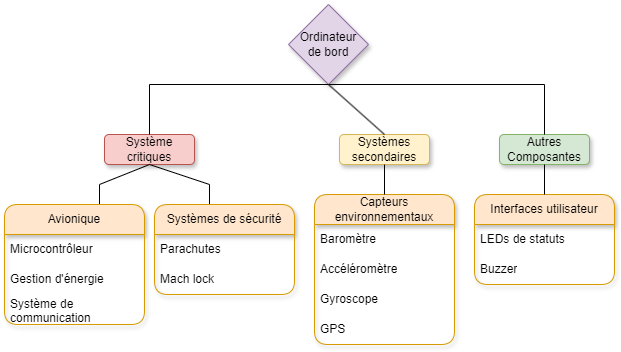
This is Documentation/Explications/Diagramme_Structure.png from GAULAvionique2024-2025/Ordinateur-de-bord, a draw.io export, as it was before one commit. Source tidied: cells renumbered, new cells last; positions are measured from the earlier drawing's top-left corner, leaving out a move shared by most shapes. Its diagram source:
```xml
<mxGraphModel>
  <root>
    <mxCell id="0" />
    <mxCell id="1" parent="0" />
    <mxCell id="2" value="Ordinateur&lt;div&gt;de bord&lt;/div&gt;" style="rhombus;whiteSpace=wrap;html=1;fillColor=#e1d5e7;strokeColor=#9673a6;rounded=0;shadow=1;" parent="1" vertex="1">
      <mxGeometry x="284" width="80" height="80" as="geometry" />
    </mxCell>
    <mxCell id="3" value="Systèmes secondaires" style="rounded=1;whiteSpace=wrap;html=1;shadow=1;fillColor=#fff2cc;strokeColor=#d6b656;" parent="1" vertex="1">
      <mxGeometry x="335" y="130" width="90" height="30" as="geometry" />
    </mxCell>
    <mxCell id="4" value="Autres&lt;div&gt;Composantes&lt;/div&gt;" style="rounded=1;whiteSpace=wrap;html=1;shadow=1;fillColor=#d5e8d4;strokeColor=#82b366;" parent="1" vertex="1">
      <mxGeometry x="495" y="130" width="90" height="30" as="geometry" />
    </mxCell>
    <mxCell id="5" value="Système&lt;div&gt;critiques&lt;/div&gt;" style="rounded=1;whiteSpace=wrap;html=1;shadow=1;fillColor=#f8cecc;strokeColor=#b85450;" parent="1" vertex="1">
      <mxGeometry x="100" y="130" width="90" height="30" as="geometry" />
    </mxCell>
    <mxCell id="6" style="endArrow=none;html=1;rounded=0;exitX=0.5;exitY=0;exitDx=0;exitDy=0;entryX=0.5;entryY=1;entryDx=0;entryDy=0;shadow=0;flowAnimation=0;" parent="1" edge="1" source="5" target="2">
      <mxGeometry relative="1" as="geometry">
        <Array as="points">
          <mxPoint x="145" y="80" />
        </Array>
      </mxGeometry>
    </mxCell>
    <mxCell id="7" style="endArrow=none;html=1;rounded=0;exitX=0.5;exitY=0;exitDx=0;exitDy=0;entryX=0.5;entryY=1;entryDx=0;entryDy=0;" parent="1" edge="1" source="4" target="2">
      <mxGeometry relative="1" as="geometry">
        <Array as="points">
          <mxPoint x="540" y="80" />
        </Array>
      </mxGeometry>
    </mxCell>
    <mxCell id="8" style="endArrow=none;html=1;rounded=0;exitX=0.5;exitY=0;exitDx=0;exitDy=0;entryX=0.5;entryY=1;entryDx=0;entryDy=0;" parent="1" edge="1" source="3" target="2">
      <mxGeometry relative="1" as="geometry" />
    </mxCell>
    <mxCell id="9" style="endArrow=none;html=1;rounded=0;entryX=0.5;entryY=1;entryDx=0;entryDy=0;exitX=0.5;exitY=0;exitDx=0;exitDy=0;" parent="1" edge="1" target="5">
      <mxGeometry relative="1" as="geometry">
        <mxPoint x="95" y="200" as="sourcePoint" />
        <Array as="points">
          <mxPoint x="95" y="180" />
        </Array>
      </mxGeometry>
    </mxCell>
    <mxCell id="10" style="endArrow=none;html=1;rounded=0;exitX=0.5;exitY=1;exitDx=0;exitDy=0;entryX=0.5;entryY=0;entryDx=0;entryDy=0;" parent="1" edge="1" source="5">
      <mxGeometry relative="1" as="geometry">
        <mxPoint x="205" y="200" as="targetPoint" />
        <Array as="points">
          <mxPoint x="205" y="180" />
        </Array>
      </mxGeometry>
    </mxCell>
    <mxCell id="11" value="Avionique" style="swimlane;fontStyle=0;horizontal=1;startSize=30;whiteSpace=wrap;html=1;rounded=1;shadow=1;fillColor=#ffe6cc;strokeColor=#d79b00;" parent="1" vertex="1">
      <mxGeometry y="200" width="140" height="120" as="geometry" />
    </mxCell>
    <mxCell id="12" value="Microcontrôleur" style="text;strokeColor=none;fillColor=none;align=left;verticalAlign=middle;spacingLeft=4;spacingRight=4;overflow=hidden;whiteSpace=wrap;html=1;" parent="11" vertex="1">
      <mxGeometry y="30" width="140" height="30" as="geometry" />
    </mxCell>
    <mxCell id="13" value="Gestion d'énergie" style="text;strokeColor=none;fillColor=none;align=left;verticalAlign=middle;spacingLeft=4;spacingRight=4;overflow=hidden;whiteSpace=wrap;html=1;" parent="11" vertex="1">
      <mxGeometry y="60" width="140" height="30" as="geometry" />
    </mxCell>
    <mxCell id="14" value="Système de communication" style="text;strokeColor=none;fillColor=none;align=left;verticalAlign=middle;spacingLeft=4;spacingRight=4;overflow=hidden;whiteSpace=wrap;html=1;" parent="11" vertex="1">
      <mxGeometry y="90" width="140" height="30" as="geometry" />
    </mxCell>
    <mxCell id="15" value="Systèmes de sécurité" style="swimlane;fontStyle=0;horizontal=1;startSize=30;whiteSpace=wrap;html=1;rounded=1;shadow=1;fillColor=#ffe6cc;strokeColor=#d79b00;" parent="1" vertex="1">
      <mxGeometry x="150" y="200" width="140" height="90" as="geometry" />
    </mxCell>
    <mxCell id="16" value="Parachutes" style="text;strokeColor=none;fillColor=none;align=left;verticalAlign=middle;spacingLeft=4;spacingRight=4;overflow=hidden;whiteSpace=wrap;html=1;" parent="15" vertex="1">
      <mxGeometry y="30" width="140" height="30" as="geometry" />
    </mxCell>
    <mxCell id="17" value="Mach lock" style="text;strokeColor=none;fillColor=none;align=left;verticalAlign=middle;spacingLeft=4;spacingRight=4;overflow=hidden;whiteSpace=wrap;html=1;" parent="15" vertex="1">
      <mxGeometry y="60" width="140" height="30" as="geometry" />
    </mxCell>
    <mxCell id="18" value="Capteurs environnementaux" style="swimlane;fontStyle=0;horizontal=1;startSize=30;whiteSpace=wrap;html=1;rounded=1;shadow=1;fillColor=#ffe6cc;strokeColor=#d79b00;" parent="1" vertex="1">
      <mxGeometry x="310" y="190" width="140" height="150" as="geometry" />
    </mxCell>
    <mxCell id="19" value="Baromètre" style="text;strokeColor=none;fillColor=none;align=left;verticalAlign=middle;spacingLeft=4;spacingRight=4;overflow=hidden;whiteSpace=wrap;html=1;shadow=1;" parent="18" vertex="1">
      <mxGeometry y="30" width="140" height="30" as="geometry" />
    </mxCell>
    <mxCell id="20" value="Accéléromètre" style="text;strokeColor=none;fillColor=none;align=left;verticalAlign=middle;spacingLeft=4;spacingRight=4;overflow=hidden;whiteSpace=wrap;html=1;" parent="18" vertex="1">
      <mxGeometry y="60" width="140" height="30" as="geometry" />
    </mxCell>
    <mxCell id="21" value="Gyroscope" style="text;strokeColor=none;fillColor=none;align=left;verticalAlign=middle;spacingLeft=4;spacingRight=4;overflow=hidden;whiteSpace=wrap;html=1;" parent="18" vertex="1">
      <mxGeometry y="90" width="140" height="30" as="geometry" />
    </mxCell>
    <mxCell id="22" value="GPS" style="text;strokeColor=none;fillColor=none;align=left;verticalAlign=middle;spacingLeft=4;spacingRight=4;overflow=hidden;whiteSpace=wrap;html=1;" parent="18" vertex="1">
      <mxGeometry y="120" width="140" height="30" as="geometry" />
    </mxCell>
    <mxCell id="23" value="Interfaces utilisateur" style="swimlane;fontStyle=0;horizontal=1;startSize=30;whiteSpace=wrap;html=1;rounded=1;shadow=1;fillColor=#ffe6cc;strokeColor=#d79b00;" parent="1" vertex="1">
      <mxGeometry x="470" y="190" width="140" height="90" as="geometry" />
    </mxCell>
    <mxCell id="24" value="LEDs de statuts" style="text;strokeColor=none;fillColor=none;align=left;verticalAlign=middle;spacingLeft=4;spacingRight=4;overflow=hidden;whiteSpace=wrap;html=1;" parent="23" vertex="1">
      <mxGeometry y="30" width="140" height="30" as="geometry" />
    </mxCell>
    <mxCell id="25" value="Buzzer" style="text;strokeColor=none;fillColor=none;align=left;verticalAlign=middle;spacingLeft=4;spacingRight=4;overflow=hidden;whiteSpace=wrap;html=1;" parent="23" vertex="1">
      <mxGeometry y="60" width="140" height="30" as="geometry" />
    </mxCell>
    <mxCell id="26" style="endArrow=none;html=1;rounded=0;exitX=0.5;exitY=1;exitDx=0;exitDy=0;entryX=0.5;entryY=0;entryDx=0;entryDy=0;" parent="1" edge="1" source="3" target="18">
      <mxGeometry relative="1" as="geometry" />
    </mxCell>
    <mxCell id="27" style="endArrow=none;html=1;rounded=0;exitX=0.5;exitY=0;exitDx=0;exitDy=0;entryX=0.5;entryY=1;entryDx=0;entryDy=0;" parent="1" edge="1" source="23" target="4">
      <mxGeometry relative="1" as="geometry" />
    </mxCell>
  </root>
</mxGraphModel>
```
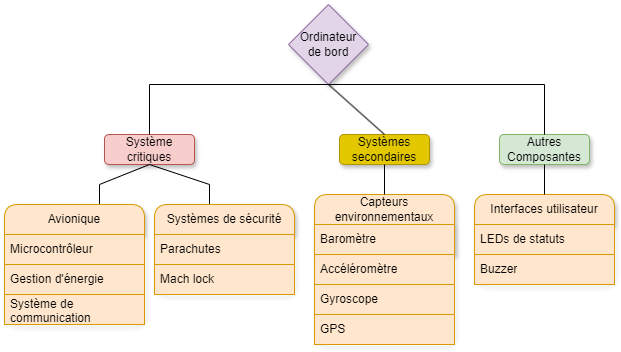
The same diagram one commit later.

Diff of the diagram source:
```diff
@@ -5,7 +5,7 @@
     <mxCell id="2" value="Ordinateur&lt;div&gt;de bord&lt;/div&gt;" style="rhombus;whiteSpace=wrap;html=1;fillColor=#e1d5e7;strokeColor=#9673a6;rounded=0;shadow=1;" parent="1" vertex="1">
       <mxGeometry x="284" width="80" height="80" as="geometry" />
     </mxCell>
-    <mxCell id="3" value="Systèmes secondaires" style="rounded=1;whiteSpace=wrap;html=1;shadow=1;fillColor=#fff2cc;strokeColor=#d6b656;" parent="1" vertex="1">
+    <mxCell id="3" value="Systèmes secondaires" style="rounded=1;whiteSpace=wrap;html=1;shadow=1;fillColor=#e3c800;strokeColor=#B09500;fontColor=#000000;" parent="1" vertex="1">
       <mxGeometry x="335" y="130" width="90" height="30" as="geometry" />
     </mxCell>
     <mxCell id="4" value="Autres&lt;div&gt;Composantes&lt;/div&gt;" style="rounded=1;whiteSpace=wrap;html=1;shadow=1;fillColor=#d5e8d4;strokeColor=#82b366;" parent="1" vertex="1">
@@ -50,46 +50,46 @@
     <mxCell id="11" value="Avionique" style="swimlane;fontStyle=0;horizontal=1;startSize=30;whiteSpace=wrap;html=1;rounded=1;shadow=1;fillColor=#ffe6cc;strokeColor=#d79b00;" parent="1" vertex="1">
       <mxGeometry y="200" width="140" height="120" as="geometry" />
     </mxCell>
-    <mxCell id="12" value="Microcontrôleur" style="text;strokeColor=none;fillColor=none;align=left;verticalAlign=middle;spacingLeft=4;spacingRight=4;overflow=hidden;whiteSpace=wrap;html=1;" parent="11" vertex="1">
+    <mxCell id="12" value="Microcontrôleur" style="text;strokeColor=#d79b00;fillColor=#ffe6cc;align=left;verticalAlign=middle;spacingLeft=4;spacingRight=4;overflow=hidden;whiteSpace=wrap;html=1;" parent="11" vertex="1">
       <mxGeometry y="30" width="140" height="30" as="geometry" />
     </mxCell>
-    <mxCell id="13" value="Gestion d'énergie" style="text;strokeColor=none;fillColor=none;align=left;verticalAlign=middle;spacingLeft=4;spacingRight=4;overflow=hidden;whiteSpace=wrap;html=1;" parent="11" vertex="1">
+    <mxCell id="13" value="Gestion d'énergie" style="text;strokeColor=#d79b00;fillColor=#ffe6cc;align=left;verticalAlign=middle;spacingLeft=4;spacingRight=4;overflow=hidden;whiteSpace=wrap;html=1;" parent="11" vertex="1">
       <mxGeometry y="60" width="140" height="30" as="geometry" />
     </mxCell>
-    <mxCell id="14" value="Système de communication" style="text;strokeColor=none;fillColor=none;align=left;verticalAlign=middle;spacingLeft=4;spacingRight=4;overflow=hidden;whiteSpace=wrap;html=1;" parent="11" vertex="1">
+    <mxCell id="14" value="Système de communication" style="text;strokeColor=#d79b00;fillColor=#ffe6cc;align=left;verticalAlign=middle;spacingLeft=4;spacingRight=4;overflow=hidden;whiteSpace=wrap;html=1;" parent="11" vertex="1">
       <mxGeometry y="90" width="140" height="30" as="geometry" />
     </mxCell>
     <mxCell id="15" value="Systèmes de sécurité" style="swimlane;fontStyle=0;horizontal=1;startSize=30;whiteSpace=wrap;html=1;rounded=1;shadow=1;fillColor=#ffe6cc;strokeColor=#d79b00;" parent="1" vertex="1">
       <mxGeometry x="150" y="200" width="140" height="90" as="geometry" />
     </mxCell>
-    <mxCell id="16" value="Parachutes" style="text;strokeColor=none;fillColor=none;align=left;verticalAlign=middle;spacingLeft=4;spacingRight=4;overflow=hidden;whiteSpace=wrap;html=1;" parent="15" vertex="1">
+    <mxCell id="16" value="Parachutes" style="text;strokeColor=#d79b00;fillColor=#ffe6cc;align=left;verticalAlign=middle;spacingLeft=4;spacingRight=4;overflow=hidden;whiteSpace=wrap;html=1;" parent="15" vertex="1">
       <mxGeometry y="30" width="140" height="30" as="geometry" />
     </mxCell>
-    <mxCell id="17" value="Mach lock" style="text;strokeColor=none;fillColor=none;align=left;verticalAlign=middle;spacingLeft=4;spacingRight=4;overflow=hidden;whiteSpace=wrap;html=1;" parent="15" vertex="1">
+    <mxCell id="17" value="Mach lock" style="text;strokeColor=#d79b00;fillColor=#ffe6cc;align=left;verticalAlign=middle;spacingLeft=4;spacingRight=4;overflow=hidden;whiteSpace=wrap;html=1;" parent="15" vertex="1">
       <mxGeometry y="60" width="140" height="30" as="geometry" />
     </mxCell>
     <mxCell id="18" value="Capteurs environnementaux" style="swimlane;fontStyle=0;horizontal=1;startSize=30;whiteSpace=wrap;html=1;rounded=1;shadow=1;fillColor=#ffe6cc;strokeColor=#d79b00;" parent="1" vertex="1">
       <mxGeometry x="310" y="190" width="140" height="150" as="geometry" />
     </mxCell>
-    <mxCell id="19" value="Baromètre" style="text;strokeColor=none;fillColor=none;align=left;verticalAlign=middle;spacingLeft=4;spacingRight=4;overflow=hidden;whiteSpace=wrap;html=1;shadow=1;" parent="18" vertex="1">
+    <mxCell id="19" value="Baromètre" style="text;strokeColor=#d79b00;fillColor=#ffe6cc;align=left;verticalAlign=middle;spacingLeft=4;spacingRight=4;overflow=hidden;whiteSpace=wrap;html=1;shadow=1;" parent="18" vertex="1">
       <mxGeometry y="30" width="140" height="30" as="geometry" />
     </mxCell>
-    <mxCell id="20" value="Accéléromètre" style="text;strokeColor=none;fillColor=none;align=left;verticalAlign=middle;spacingLeft=4;spacingRight=4;overflow=hidden;whiteSpace=wrap;html=1;" parent="18" vertex="1">
+    <mxCell id="20" value="Accéléromètre" style="text;strokeColor=#d79b00;fillColor=#ffe6cc;align=left;verticalAlign=middle;spacingLeft=4;spacingRight=4;overflow=hidden;whiteSpace=wrap;html=1;" parent="18" vertex="1">
       <mxGeometry y="60" width="140" height="30" as="geometry" />
     </mxCell>
-    <mxCell id="21" value="Gyroscope" style="text;strokeColor=none;fillColor=none;align=left;verticalAlign=middle;spacingLeft=4;spacingRight=4;overflow=hidden;whiteSpace=wrap;html=1;" parent="18" vertex="1">
+    <mxCell id="21" value="Gyroscope" style="text;strokeColor=#d79b00;fillColor=#ffe6cc;align=left;verticalAlign=middle;spacingLeft=4;spacingRight=4;overflow=hidden;whiteSpace=wrap;html=1;" parent="18" vertex="1">
       <mxGeometry y="90" width="140" height="30" as="geometry" />
     </mxCell>
-    <mxCell id="22" value="GPS" style="text;strokeColor=none;fillColor=none;align=left;verticalAlign=middle;spacingLeft=4;spacingRight=4;overflow=hidden;whiteSpace=wrap;html=1;" parent="18" vertex="1">
+    <mxCell id="22" value="GPS" style="text;strokeColor=#d79b00;fillColor=#ffe6cc;align=left;verticalAlign=middle;spacingLeft=4;spacingRight=4;overflow=hidden;whiteSpace=wrap;html=1;" parent="18" vertex="1">
       <mxGeometry y="120" width="140" height="30" as="geometry" />
     </mxCell>
     <mxCell id="23" value="Interfaces utilisateur" style="swimlane;fontStyle=0;horizontal=1;startSize=30;whiteSpace=wrap;html=1;rounded=1;shadow=1;fillColor=#ffe6cc;strokeColor=#d79b00;" parent="1" vertex="1">
       <mxGeometry x="470" y="190" width="140" height="90" as="geometry" />
     </mxCell>
-    <mxCell id="24" value="LEDs de statuts" style="text;strokeColor=none;fillColor=none;align=left;verticalAlign=middle;spacingLeft=4;spacingRight=4;overflow=hidden;whiteSpace=wrap;html=1;" parent="23" vertex="1">
+    <mxCell id="24" value="LEDs de statuts" style="text;strokeColor=#d79b00;fillColor=#ffe6cc;align=left;verticalAlign=middle;spacingLeft=4;spacingRight=4;overflow=hidden;whiteSpace=wrap;html=1;" parent="23" vertex="1">
       <mxGeometry y="30" width="140" height="30" as="geometry" />
     </mxCell>
-    <mxCell id="25" value="Buzzer" style="text;strokeColor=none;fillColor=none;align=left;verticalAlign=middle;spacingLeft=4;spacingRight=4;overflow=hidden;whiteSpace=wrap;html=1;" parent="23" vertex="1">
+    <mxCell id="25" value="Buzzer" style="text;strokeColor=#d79b00;fillColor=#ffe6cc;align=left;verticalAlign=middle;spacingLeft=4;spacingRight=4;overflow=hidden;whiteSpace=wrap;html=1;" parent="23" vertex="1">
       <mxGeometry y="60" width="140" height="30" as="geometry" />
     </mxCell>
     <mxCell id="26" style="endArrow=none;html=1;rounded=0;exitX=0.5;exitY=1;exitDx=0;exitDy=0;entryX=0.5;entryY=0;entryDx=0;entryDy=0;" parent="1" edge="1" source="3" target="18">
```
